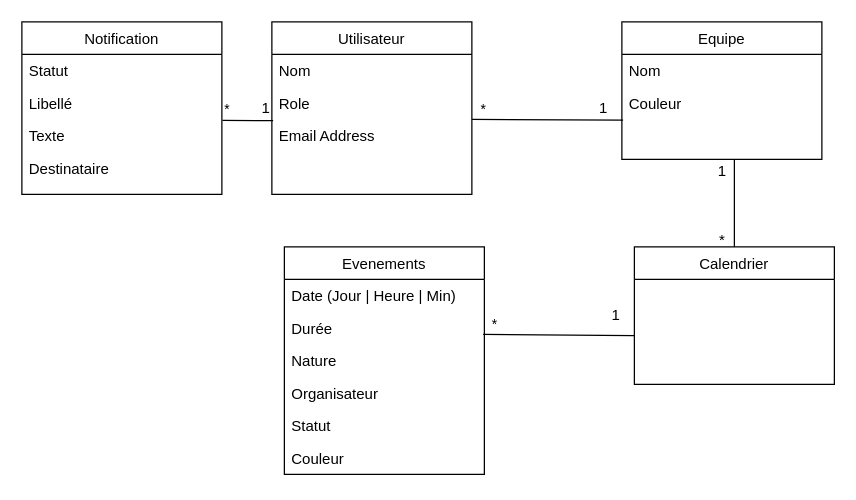
viziergr/Projet-InfraLogiciel keeps this draw.io diagram as ProjetInfraLog.drawio. Above is the earlier version. Source tidied: cells renumbered, new cells numbered last; positions are measured from the earlier drawing's top-left corner, leaving out a move shared by most shapes. Both pictures are drawn from the tidied source at 125%, with x=0, y=0 at pixel (21, 21).
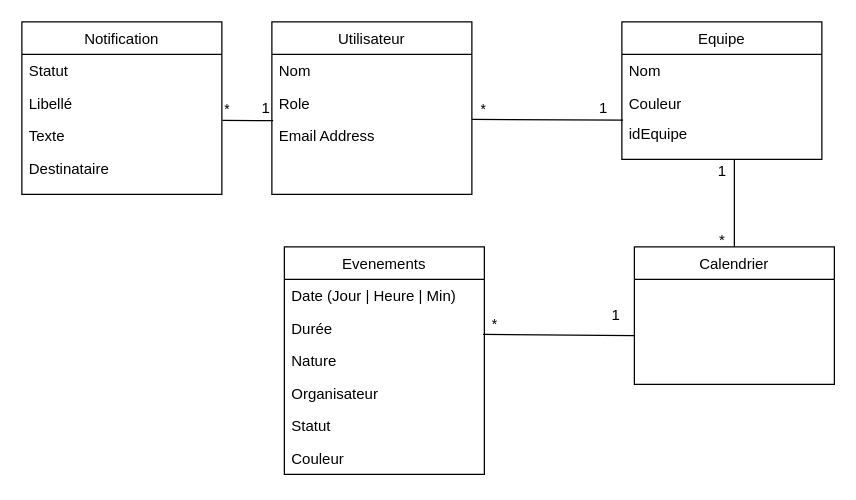
After the change.

What changed in the source:
```diff
@@
+    <mxCell id="34" value="idEquipe" style="text;align=left;verticalAlign=top;spacingLeft=4;spacingRight=4;overflow=hidden;rounded=0;shadow=0;html=0;" parent="1" vertex="1">
+      <mxGeometry x="480" y="76" width="160" height="26" as="geometry" />
+    </mxCell>
```
